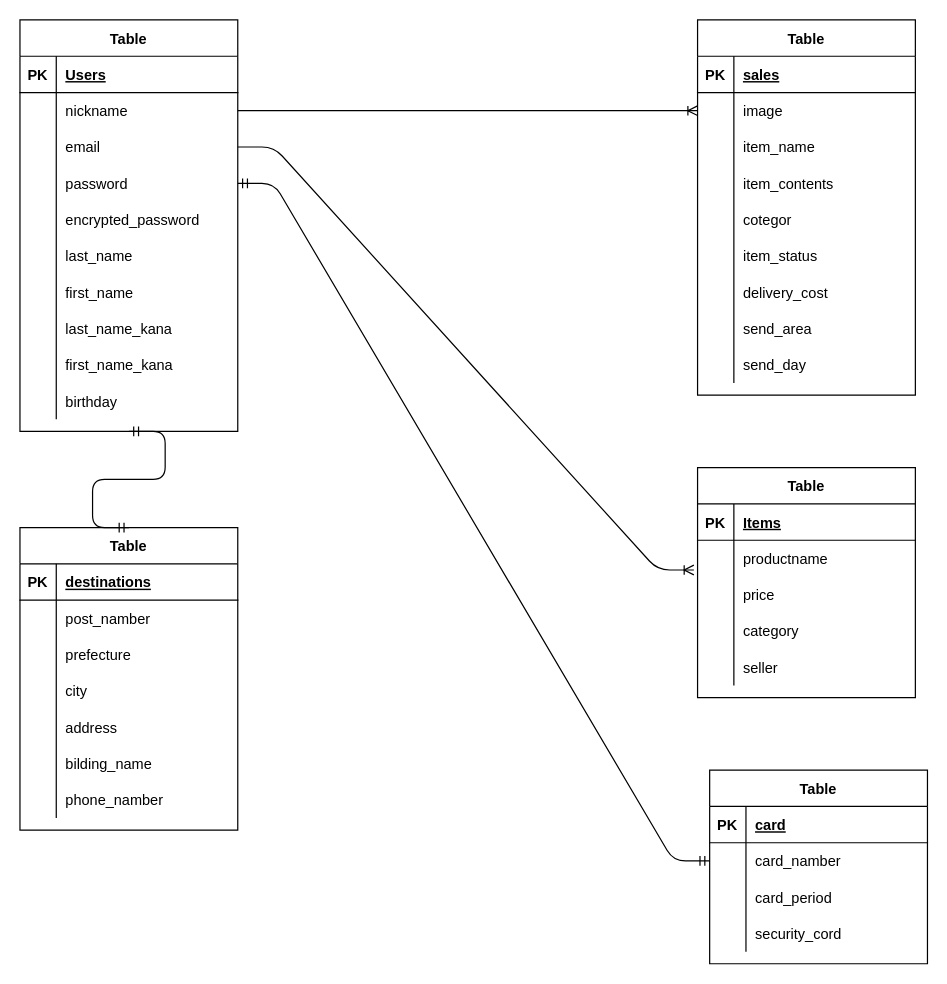
cbr400r/furima-36560 keeps this draw.io diagram as furima.dio. Above is the earlier version. Source tidied: cells renumbered, new cells numbered last; positions are measured from the earlier drawing's top-left corner, leaving out a move shared by most shapes. Both pictures are drawn from the tidied source at 121%, with x=0, y=0 at pixel (19, 19).
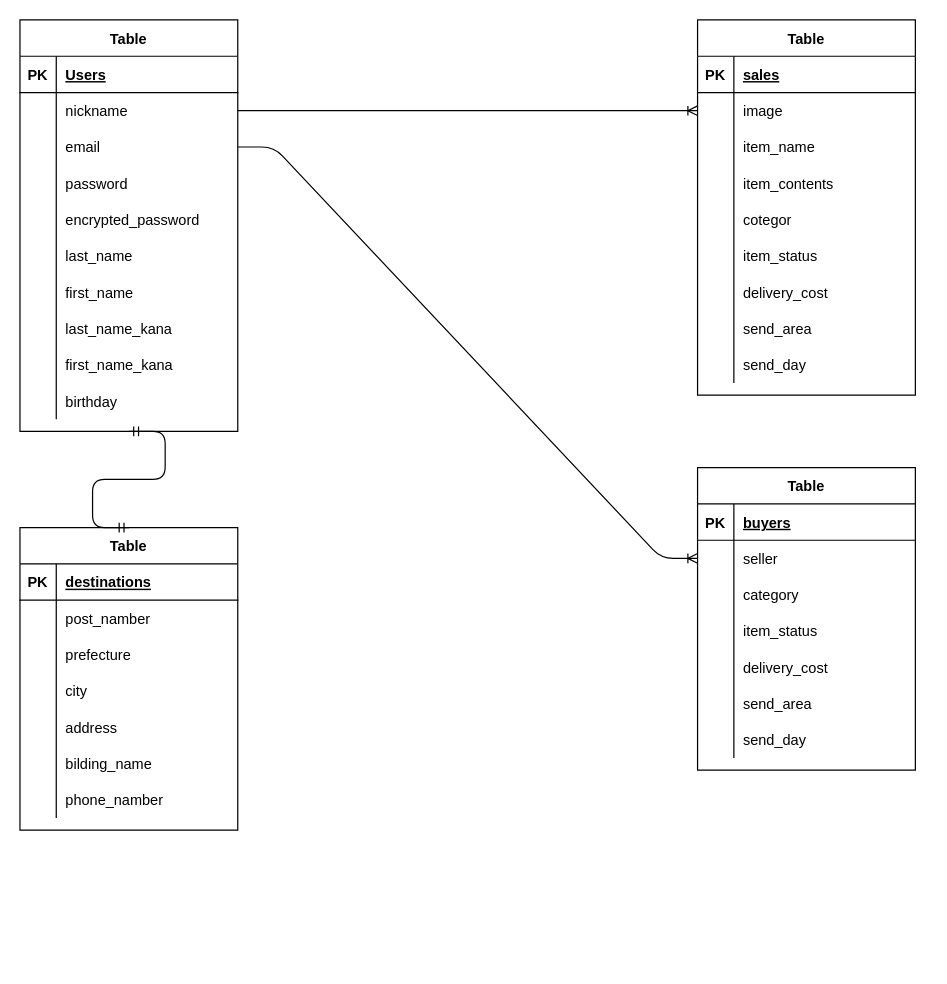
After the change.

Commit message (it also covers changes not shown here):
データベースの修正

Unchanged cells that the change refers to:
```xml
<mxCell id="9" style="shape=partialRectangle;fillColor=none;top=0;left=0;bottom=0;right=0;points=[[0,0.5],[1,0.5]];portConstraint=eastwest;" parent="2" vertex="1">
  <mxGeometry y="90" width="180" height="30" as="geometry" />
</mxCell>
<mxCell id="12" style="shape=partialRectangle;fillColor=none;top=0;left=0;bottom=0;right=0;points=[[0,0.5],[1,0.5]];portConstraint=eastwest;" parent="2" vertex="1">
  <mxGeometry y="120" width="180" height="30" as="geometry" />
</mxCell>
<mxCell id="34" style="shape=partialRectangle;fillColor=none;top=0;left=0;bottom=1;right=0;" parent="33" vertex="1">
  <mxGeometry y="30" width="180" height="30" as="geometry" />
</mxCell>
<mxCell id="37" style="shape=partialRectangle;fillColor=none;top=0;left=0;bottom=0;right=0;points=[[0,0.5],[1,0.5]];portConstraint=eastwest;" parent="33" vertex="1">
  <mxGeometry y="60" width="180" height="30" as="geometry" />
</mxCell>
<mxCell id="40" style="shape=partialRectangle;fillColor=none;top=0;left=0;bottom=0;right=0;" parent="33" vertex="1">
  <mxGeometry y="90" width="180" height="30" as="geometry" />
</mxCell>
<mxCell id="43" style="shape=partialRectangle;fillColor=none;top=0;left=0;bottom=0;right=0;" parent="33" vertex="1">
  <mxGeometry y="120" width="180" height="30" as="geometry" />
</mxCell>
<mxCell id="46" style="shape=partialRectangle;fillColor=none;top=0;left=0;bottom=0;right=0;" parent="33" vertex="1">
  <mxGeometry y="150" width="180" height="30" as="geometry" />
</mxCell>
```

What changed in the source:
```diff
@@
     <mxCell id="33" value="Table" style="shape=table;startSize=30;childLayout=tableLayout;rowLines=0;fontStyle=1;align=center;" parent="1" vertex="1">
-      <mxGeometry x="560" y="370" width="180" height="190" as="geometry" />
+      <mxGeometry x="560" y="370" width="180" height="250" as="geometry" />
     </mxCell>
@@
-    <mxCell id="36" value="Items" style="shape=partialRectangle;fillColor=none;top=0;left=0;bottom=0;right=0;align=left;spacingLeft=6;fontStyle=5;overflow=hidden;" parent="34" vertex="1">
+    <mxCell id="36" value="buyers" style="shape=partialRectangle;fillColor=none;top=0;left=0;bottom=0;right=0;align=left;spacingLeft=6;fontStyle=5;overflow=hidden;" parent="34" vertex="1">
       <mxGeometry x="30" width="150" height="30" as="geometry" />
     </mxCell>
@@
-    <mxCell id="39" value="productname" style="shape=partialRectangle;fillColor=none;top=0;left=0;bottom=0;right=0;align=left;spacingLeft=6;overflow=hidden;" parent="37" vertex="1">
+    <mxCell id="39" value="seller" style="shape=partialRectangle;fillColor=none;top=0;left=0;bottom=0;right=0;align=left;spacingLeft=6;overflow=hidden;" parent="37" vertex="1">
       <mxGeometry x="30" width="150" height="30" as="geometry" />
     </mxCell>
@@
-    <mxCell id="42" value="price" style="shape=partialRectangle;fillColor=none;top=0;left=0;bottom=0;right=0;align=left;spacingLeft=6;overflow=hidden;" parent="40" vertex="1">
+    <mxCell id="42" value="category" style="shape=partialRectangle;fillColor=none;top=0;left=0;bottom=0;right=0;align=left;spacingLeft=6;overflow=hidden;" parent="40" vertex="1">
       <mxGeometry x="30" width="150" height="30" as="geometry" />
     </mxCell>
@@
-    <mxCell id="45" value="category" style="shape=partialRectangle;fillColor=none;top=0;left=0;bottom=0;right=0;align=left;spacingLeft=6;overflow=hidden;" parent="43" vertex="1">
+    <mxCell id="45" value="item_status" style="shape=partialRectangle;fillColor=none;top=0;left=0;bottom=0;right=0;align=left;spacingLeft=6;overflow=hidden;" parent="43" vertex="1">
       <mxGeometry x="30" width="150" height="30" as="geometry" />
     </mxCell>
@@
-    <mxCell id="48" value="seller" style="shape=partialRectangle;fillColor=none;top=0;left=0;bottom=0;right=0;align=left;spacingLeft=6;overflow=hidden;" parent="46" vertex="1">
+    <mxCell id="48" value="delivery_cost" style="shape=partialRectangle;fillColor=none;top=0;left=0;bottom=0;right=0;align=left;spacingLeft=6;overflow=hidden;" parent="46" vertex="1">
       <mxGeometry x="30" width="150" height="30" as="geometry" />
     </mxCell>
+    <mxCell id="116" style="shape=partialRectangle;fillColor=none;top=0;left=0;bottom=0;right=0;" parent="33" vertex="1">
+      <mxGeometry y="180" width="180" height="30" as="geometry" />
+    </mxCell>
+    <mxCell id="117" style="shape=partialRectangle;fillColor=none;top=0;left=0;bottom=0;right=0;overflow=hidden;" parent="116" vertex="1">
+      <mxGeometry width="30" height="30" as="geometry" />
+    </mxCell>
+    <mxCell id="118" value="send_area" style="shape=partialRectangle;fillColor=none;top=0;left=0;bottom=0;right=0;align=left;spacingLeft=6;overflow=hidden;" parent="116" vertex="1">
+      <mxGeometry x="30" width="150" height="30" as="geometry" />
+    </mxCell>
+    <mxCell id="119" style="shape=partialRectangle;fillColor=none;top=0;left=0;bottom=0;right=0;" parent="33" vertex="1">
+      <mxGeometry y="210" width="180" height="30" as="geometry" />
+    </mxCell>
+    <mxCell id="120" style="shape=partialRectangle;fillColor=none;top=0;left=0;bottom=0;right=0;overflow=hidden;" parent="119" vertex="1">
+      <mxGeometry width="30" height="30" as="geometry" />
+    </mxCell>
+    <mxCell id="121" value="send_day" style="shape=partialRectangle;fillColor=none;top=0;left=0;bottom=0;right=0;align=left;spacingLeft=6;overflow=hidden;" parent="119" vertex="1">
+      <mxGeometry x="30" width="150" height="30" as="geometry" />
+    </mxCell>
-    <mxCell id="49" style="edgeStyle=entityRelationEdgeStyle;fontSize=12;html=1;endArrow=ERoneToMany;exitX=1;exitY=0.5;exitDx=0;exitDy=0;entryX=-0.017;entryY=0.819;entryDx=0;entryDy=0;entryPerimeter=0;" parent="1" edge="1" source="9" target="37">
+    <mxCell id="49" style="edgeStyle=entityRelationEdgeStyle;fontSize=12;html=1;endArrow=ERoneToMany;exitX=1;exitY=0.5;exitDx=0;exitDy=0;" parent="1" edge="1" source="9" target="37">
       <mxGeometry relative="1" as="geometry" />
     </mxCell>
@@
-    <mxCell id="101" value="Table" style="shape=table;startSize=30;childLayout=tableLayout;rowLines=0;fontStyle=1;align=center;" parent="1" vertex="1">
-      <mxGeometry x="570" y="620" width="180" height="160" as="geometry" />
-    </mxCell>
-    <mxCell id="102" style="shape=partialRectangle;fillColor=none;top=0;left=0;bottom=1;right=0;" parent="101" vertex="1">
-      <mxGeometry y="30" width="180" height="30" as="geometry" />
-    </mxCell>
-    <mxCell id="103" value="PK" style="shape=partialRectangle;fillColor=none;top=0;left=0;bottom=0;right=0;fontStyle=1;overflow=hidden;" parent="102" vertex="1">
-      <mxGeometry width="30" height="30" as="geometry" />
-    </mxCell>
-    <mxCell id="104" value="card" style="shape=partialRectangle;fillColor=none;top=0;left=0;bottom=0;right=0;align=left;spacingLeft=6;fontStyle=5;overflow=hidden;" parent="102" vertex="1">
-      <mxGeometry x="30" width="150" height="30" as="geometry" />
-    </mxCell>
-    <mxCell id="105" style="shape=partialRectangle;fillColor=none;top=0;left=0;bottom=0;right=0;points=[[0,0.5],[1,0.5]];portConstraint=eastwest;" parent="101" vertex="1">
-      <mxGeometry y="60" width="180" height="30" as="geometry" />
-    </mxCell>
-    <mxCell id="106" style="shape=partialRectangle;fillColor=none;top=0;left=0;bottom=0;right=0;overflow=hidden;" parent="105" vertex="1">
-      <mxGeometry width="30" height="30" as="geometry" />
-    </mxCell>
-    <mxCell id="107" value="card_namber" style="shape=partialRectangle;fillColor=none;top=0;left=0;bottom=0;right=0;align=left;spacingLeft=6;overflow=hidden;" parent="105" vertex="1">
-      <mxGeometry x="30" width="150" height="30" as="geometry" />
-    </mxCell>
-    <mxCell id="108" style="shape=partialRectangle;fillColor=none;top=0;left=0;bottom=0;right=0;" parent="101" vertex="1">
-      <mxGeometry y="90" width="180" height="30" as="geometry" />
-    </mxCell>
-    <mxCell id="109" style="shape=partialRectangle;fillColor=none;top=0;left=0;bottom=0;right=0;overflow=hidden;" parent="108" vertex="1">
-      <mxGeometry width="30" height="30" as="geometry" />
-    </mxCell>
-    <mxCell id="110" value="card_period" style="shape=partialRectangle;fillColor=none;top=0;left=0;bottom=0;right=0;align=left;spacingLeft=6;overflow=hidden;" parent="108" vertex="1">
-      <mxGeometry x="30" width="150" height="30" as="geometry" />
-    </mxCell>
-    <mxCell id="111" style="shape=partialRectangle;fillColor=none;top=0;left=0;bottom=0;right=0;" parent="101" vertex="1">
-      <mxGeometry y="120" width="180" height="30" as="geometry" />
-    </mxCell>
-    <mxCell id="112" style="shape=partialRectangle;fillColor=none;top=0;left=0;bottom=0;right=0;overflow=hidden;" parent="111" vertex="1">
-      <mxGeometry width="30" height="30" as="geometry" />
-    </mxCell>
-    <mxCell id="113" value="security_cord" style="shape=partialRectangle;fillColor=none;top=0;left=0;bottom=0;right=0;align=left;spacingLeft=6;overflow=hidden;" parent="111" vertex="1">
-      <mxGeometry x="30" width="150" height="30" as="geometry" />
-    </mxCell>
-    <mxCell id="114" style="edgeStyle=entityRelationEdgeStyle;fontSize=12;html=1;endArrow=ERmandOne;startArrow=ERmandOne;entryX=0;entryY=0.5;entryDx=0;entryDy=0;exitX=1;exitY=0.5;exitDx=0;exitDy=0;" parent="1" edge="1" source="12" target="105">
-      <mxGeometry relative="1" as="geometry" />
-    </mxCell>
```
